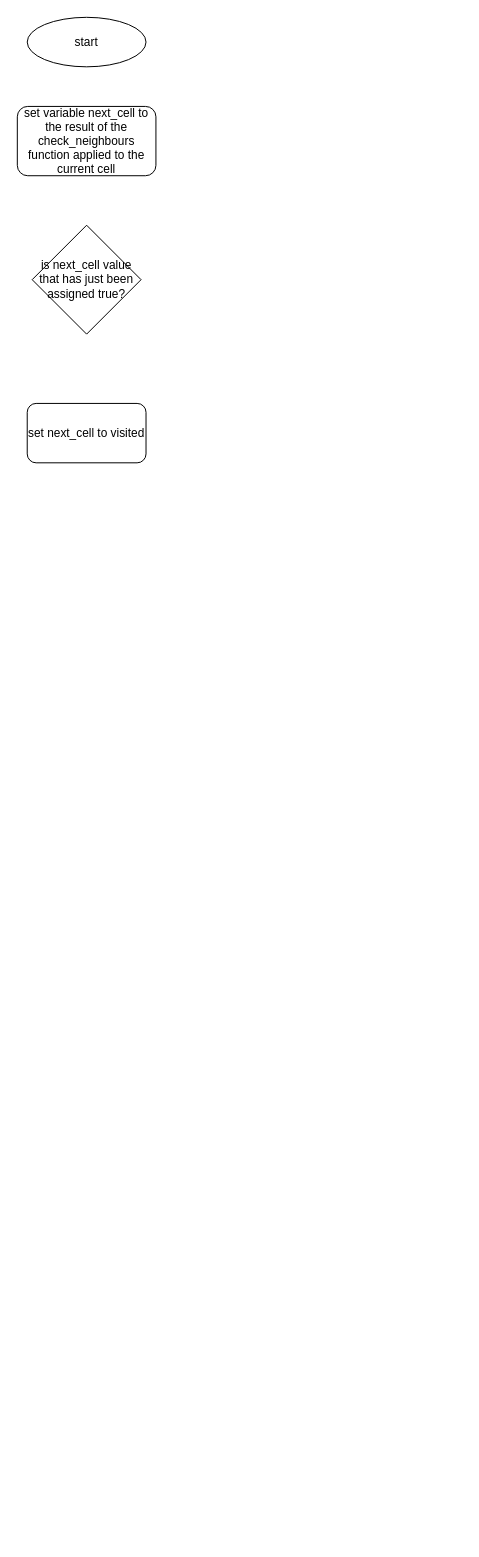
fineagling/first-repo keeps this draw.io diagram as one player/run loop.drawio. Above is the earlier version. Source tidied: cells renumbered, new cells numbered last; positions are measured from the earlier drawing's top-left corner, leaving out a move shared by most shapes. Both pictures are drawn from the tidied source at 99%, with x=0, y=0 at pixel (17, 17).
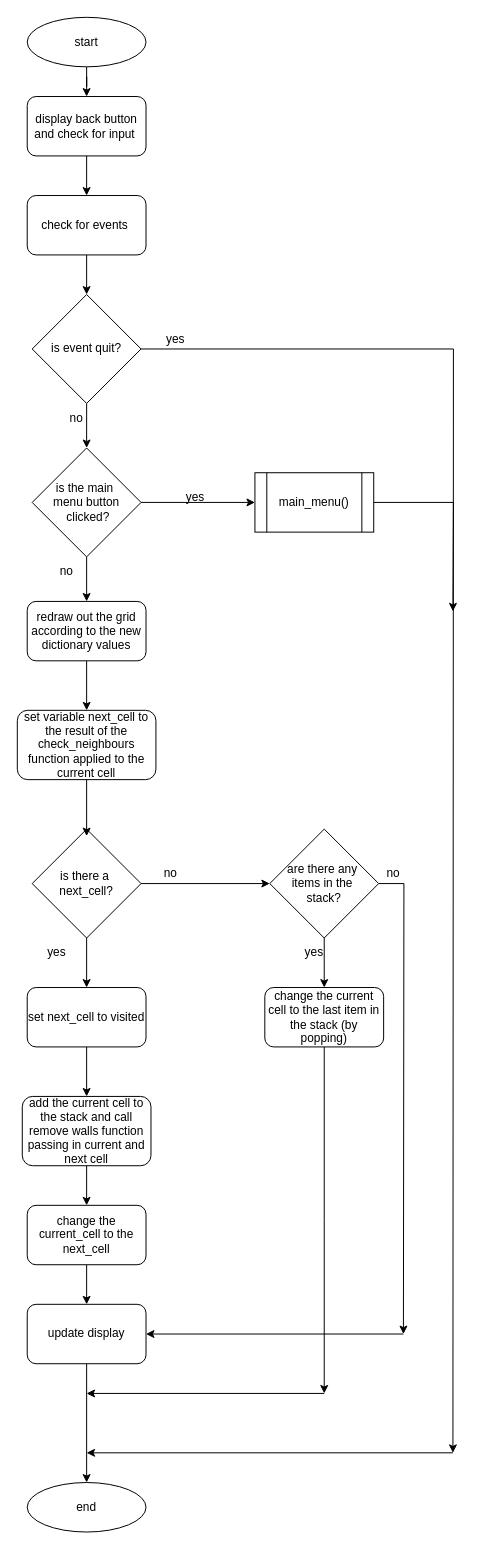
After the change.

Unchanged cells that the change refers to:
```xml
<mxCell id="2" value="start" style="ellipse;whiteSpace=wrap;html=1;" parent="1" vertex="1">
  <mxGeometry x="10" width="120" height="50" as="geometry" />
</mxCell>
```

What changed in the source:
```diff
@@
+    <mxCell id="6" style="edgeStyle=orthogonalEdgeStyle;rounded=0;jettySize=auto;html=1;" parent="1" edge="1" source="2" target="11">
+      <mxGeometry relative="1" as="geometry" />
+    </mxCell>
@@
     <mxCell id="3" value="set variable next_cell to the result of the check_neighbours function applied to the current cell" style="rounded=1;whiteSpace=wrap;html=1;" parent="1" vertex="1">
-      <mxGeometry y="90" width="140" height="70" as="geometry" />
+      <mxGeometry y="700" width="140" height="70" as="geometry" />
     </mxCell>
+    <mxCell id="7" style="edgeStyle=orthogonalEdgeStyle;rounded=0;jettySize=auto;html=1;exitX=0.5;exitY=1;exitDx=0;exitDy=0;entryX=0.5;entryY=0;entryDx=0;entryDy=0;" parent="1" edge="1" source="4" target="5">
+      <mxGeometry relative="1" as="geometry" />
+    </mxCell>
+    <mxCell id="8" style="edgeStyle=orthogonalEdgeStyle;rounded=0;jettySize=auto;html=1;exitX=1;exitY=0.5;exitDx=0;exitDy=0;entryX=0;entryY=0.5;entryDx=0;entryDy=0;" parent="1" edge="1" source="4" target="30">
+      <mxGeometry relative="1" as="geometry" />
+    </mxCell>
-    <mxCell id="4" value="is next_cell value that has just been assigned true?" style="rhombus;whiteSpace=wrap;html=1;" parent="1" vertex="1">
-      <mxGeometry x="15" y="210" width="110" height="110" as="geometry" />
+    <mxCell id="4" value="is there a&amp;nbsp;&lt;div&gt;next_cell?&lt;/div&gt;" style="rhombus;whiteSpace=wrap;html=1;" parent="1" vertex="1">
+      <mxGeometry x="15" y="820" width="110" height="110" as="geometry" />
     </mxCell>
+    <mxCell id="9" style="edgeStyle=orthogonalEdgeStyle;rounded=0;jettySize=auto;html=1;" parent="1" edge="1" source="5" target="25">
+      <mxGeometry relative="1" as="geometry" />
+    </mxCell>
     <mxCell id="5" value="set next_cell to visited" style="rounded=1;whiteSpace=wrap;html=1;" parent="1" vertex="1">
-      <mxGeometry x="10" y="390" width="120" height="60" as="geometry" />
+      <mxGeometry x="10" y="980" width="120" height="60" as="geometry" />
     </mxCell>
+    <mxCell id="10" style="edgeStyle=orthogonalEdgeStyle;rounded=0;jettySize=auto;html=1;exitX=0.5;exitY=1;exitDx=0;exitDy=0;" parent="1" edge="1" source="11" target="13">
+      <mxGeometry relative="1" as="geometry" />
+    </mxCell>
+    <mxCell id="11" value="display back button and check for input&amp;nbsp;" style="rounded=1;whiteSpace=wrap;html=1;" parent="1" vertex="1">
+      <mxGeometry x="10" y="80" width="120" height="60" as="geometry" />
+    </mxCell>
+    <mxCell id="12" style="edgeStyle=orthogonalEdgeStyle;rounded=0;jettySize=auto;html=1;exitX=0.5;exitY=1;exitDx=0;exitDy=0;" parent="1" edge="1" source="13" target="16">
+      <mxGeometry relative="1" as="geometry" />
+    </mxCell>
+    <mxCell id="13" value="check for events&amp;nbsp;" style="rounded=1;whiteSpace=wrap;html=1;" parent="1" vertex="1">
+      <mxGeometry x="10" y="180" width="120" height="60" as="geometry" />
+    </mxCell>
+    <mxCell id="14" style="edgeStyle=orthogonalEdgeStyle;rounded=0;jettySize=auto;html=1;exitX=1;exitY=0.5;exitDx=0;exitDy=0;" parent="1" edge="1" source="16">
+      <mxGeometry relative="1" as="geometry">
+        <mxPoint x="440" y="1450" as="targetPoint" />
+      </mxGeometry>
+    </mxCell>
+    <mxCell id="15" style="edgeStyle=orthogonalEdgeStyle;rounded=0;jettySize=auto;html=1;exitX=0.5;exitY=1;exitDx=0;exitDy=0;" parent="1" edge="1" source="16" target="21">
+      <mxGeometry relative="1" as="geometry" />
+    </mxCell>
+    <mxCell id="16" value="is event quit?" style="rhombus;whiteSpace=wrap;html=1;" parent="1" vertex="1">
+      <mxGeometry x="15" y="280" width="110" height="110" as="geometry" />
+    </mxCell>
+    <mxCell id="17" value="end" style="ellipse;whiteSpace=wrap;html=1;" parent="1" vertex="1">
+      <mxGeometry x="10" y="1480" width="120" height="50" as="geometry" />
+    </mxCell>
+    <mxCell id="18" style="edgeStyle=orthogonalEdgeStyle;rounded=0;orthogonalLoop=1;jettySize=auto;html=1;exitX=0.5;exitY=1;exitDx=0;exitDy=0;" parent="1" edge="1" source="17" target="17">
+      <mxGeometry relative="1" as="geometry" />
+    </mxCell>
+    <mxCell id="19" style="edgeStyle=orthogonalEdgeStyle;rounded=0;jettySize=auto;html=1;entryX=0;entryY=0.5;entryDx=0;entryDy=0;" parent="1" edge="1" source="21" target="39">
+      <mxGeometry relative="1" as="geometry" />
+    </mxCell>
+    <mxCell id="20" style="edgeStyle=orthogonalEdgeStyle;rounded=0;jettySize=auto;html=1;exitX=0.5;exitY=1;exitDx=0;exitDy=0;" parent="1" edge="1" source="21" target="23">
+      <mxGeometry relative="1" as="geometry" />
+    </mxCell>
+    <mxCell id="21" value="is the main&amp;nbsp;&lt;div&gt;menu button&lt;/div&gt;&lt;div&gt;&amp;nbsp;clicked?&lt;/div&gt;" style="rhombus;whiteSpace=wrap;html=1;" parent="1" vertex="1">
+      <mxGeometry x="15" y="435" width="110" height="110" as="geometry" />
+    </mxCell>
+    <mxCell id="22" style="edgeStyle=orthogonalEdgeStyle;rounded=0;jettySize=auto;html=1;exitX=0.5;exitY=1;exitDx=0;exitDy=0;entryX=0.5;entryY=0;entryDx=0;entryDy=0;" parent="1" edge="1" source="23" target="3">
+      <mxGeometry relative="1" as="geometry" />
+    </mxCell>
+    <mxCell id="23" value="redraw out the grid according to the new dictionary values" style="rounded=1;whiteSpace=wrap;html=1;" parent="1" vertex="1">
+      <mxGeometry x="10" y="590" width="120" height="60" as="geometry" />
+    </mxCell>
+    <mxCell id="24" style="edgeStyle=orthogonalEdgeStyle;rounded=0;jettySize=auto;html=1;" parent="1" edge="1" source="25" target="27">
+      <mxGeometry relative="1" as="geometry" />
+    </mxCell>
+    <mxCell id="25" value="add the current cell to the stack and call remove walls function passing in current and next cell" style="rounded=1;whiteSpace=wrap;html=1;" parent="1" vertex="1">
+      <mxGeometry x="5" y="1090" width="130" height="70" as="geometry" />
+    </mxCell>
+    <mxCell id="26" style="edgeStyle=orthogonalEdgeStyle;rounded=0;jettySize=auto;html=1;" parent="1" edge="1" source="27" target="35">
+      <mxGeometry relative="1" as="geometry" />
+    </mxCell>
+    <mxCell id="27" value="change the current_cell to the next_cell" style="rounded=1;whiteSpace=wrap;html=1;" parent="1" vertex="1">
+      <mxGeometry x="10" y="1200" width="120" height="60" as="geometry" />
+    </mxCell>
+    <mxCell id="28" style="edgeStyle=orthogonalEdgeStyle;rounded=0;jettySize=auto;html=1;exitX=0.5;exitY=1;exitDx=0;exitDy=0;" parent="1" edge="1" source="30" target="33">
+      <mxGeometry relative="1" as="geometry" />
+    </mxCell>
+    <mxCell id="29" style="edgeStyle=orthogonalEdgeStyle;rounded=0;jettySize=auto;html=1;exitX=1;exitY=0.5;exitDx=0;exitDy=0;" parent="1" edge="1" source="30">
+      <mxGeometry relative="1" as="geometry">
+        <mxPoint x="390" y="1330" as="targetPoint" />
+      </mxGeometry>
+    </mxCell>
+    <mxCell id="30" value="are there any&amp;nbsp;&lt;div&gt;items in the&amp;nbsp;&lt;/div&gt;&lt;div&gt;stack?&lt;/div&gt;" style="rhombus;whiteSpace=wrap;html=1;" parent="1" vertex="1">
+      <mxGeometry x="255" y="820" width="110" height="110" as="geometry" />
+    </mxCell>
+    <mxCell id="31" value="yes" style="text;html=1;align=center;verticalAlign=middle;whiteSpace=wrap;rounded=0;" parent="1" vertex="1">
+      <mxGeometry x="10" y="930" width="60" height="30" as="geometry" />
+    </mxCell>
+    <mxCell id="32" style="edgeStyle=orthogonalEdgeStyle;rounded=0;jettySize=auto;html=1;exitX=0.5;exitY=1;exitDx=0;exitDy=0;" parent="1" edge="1" source="33">
+      <mxGeometry relative="1" as="geometry">
+        <mxPoint x="310" y="1390" as="targetPoint" />
+      </mxGeometry>
+    </mxCell>
+    <mxCell id="33" value="change the current cell to the last item in the stack (by popping)" style="rounded=1;whiteSpace=wrap;html=1;" parent="1" vertex="1">
+      <mxGeometry x="250" y="980" width="120" height="60" as="geometry" />
+    </mxCell>
+    <mxCell id="34" style="edgeStyle=orthogonalEdgeStyle;rounded=0;jettySize=auto;html=1;" parent="1" edge="1" source="35" target="17">
+      <mxGeometry relative="1" as="geometry" />
+    </mxCell>
+    <mxCell id="35" value="update display" style="rounded=1;whiteSpace=wrap;html=1;" parent="1" vertex="1">
+      <mxGeometry x="10" y="1300" width="120" height="60" as="geometry" />
+    </mxCell>
+    <mxCell id="36" style="endArrow=classic;html=1;rounded=0;" parent="1" edge="1">
+      <mxGeometry relative="1" as="geometry">
+        <mxPoint x="440" y="1450" as="sourcePoint" />
+        <mxPoint x="70" y="1450" as="targetPoint" />
+      </mxGeometry>
+    </mxCell>
+    <mxCell id="37" style="endArrow=classic;html=1;rounded=0;" parent="1" edge="1">
+      <mxGeometry relative="1" as="geometry">
+        <mxPoint x="310" y="1390" as="sourcePoint" />
+        <mxPoint x="70" y="1390" as="targetPoint" />
+      </mxGeometry>
+    </mxCell>
+    <mxCell id="38" style="edgeStyle=orthogonalEdgeStyle;rounded=0;jettySize=auto;html=1;exitX=1;exitY=0.5;exitDx=0;exitDy=0;" parent="1" edge="1" source="39">
+      <mxGeometry relative="1" as="geometry">
+        <mxPoint x="440" y="600" as="targetPoint" />
+      </mxGeometry>
+    </mxCell>
+    <mxCell id="39" value="main_menu()" style="shape=process;whiteSpace=wrap;html=1;backgroundOutline=1;" parent="1" vertex="1">
+      <mxGeometry x="240" y="460" width="120" height="60" as="geometry" />
+    </mxCell>
+    <mxCell id="40" value="yes" style="text;html=1;align=center;verticalAlign=middle;whiteSpace=wrap;rounded=0;" parent="1" vertex="1">
+      <mxGeometry x="150" y="470" width="60" height="30" as="geometry" />
+    </mxCell>
+    <mxCell id="41" value="yes" style="text;html=1;align=center;verticalAlign=middle;whiteSpace=wrap;rounded=0;" parent="1" vertex="1">
+      <mxGeometry x="130" y="310" width="60" height="30" as="geometry" />
+    </mxCell>
+    <mxCell id="42" value="no" style="text;html=1;align=center;verticalAlign=middle;whiteSpace=wrap;rounded=0;" parent="1" vertex="1">
+      <mxGeometry x="30" y="390" width="60" height="30" as="geometry" />
+    </mxCell>
+    <mxCell id="43" value="no" style="text;html=1;align=center;verticalAlign=middle;whiteSpace=wrap;rounded=0;" parent="1" vertex="1">
+      <mxGeometry x="20" y="545" width="60" height="30" as="geometry" />
+    </mxCell>
+    <mxCell id="44" style="edgeStyle=orthogonalEdgeStyle;rounded=0;jettySize=auto;html=1;exitX=0.5;exitY=1;exitDx=0;exitDy=0;entryX=0.5;entryY=0.064;entryDx=0;entryDy=0;entryPerimeter=0;" parent="1" edge="1" source="3" target="4">
+      <mxGeometry relative="1" as="geometry" />
+    </mxCell>
+    <mxCell id="45" value="no" style="text;html=1;align=center;verticalAlign=middle;whiteSpace=wrap;rounded=0;" parent="1" vertex="1">
+      <mxGeometry x="125" y="850" width="60" height="30" as="geometry" />
+    </mxCell>
+    <mxCell id="46" style="endArrow=classic;html=1;rounded=0;entryX=1;entryY=0.5;entryDx=0;entryDy=0;" parent="1" edge="1" target="35">
+      <mxGeometry relative="1" as="geometry">
+        <mxPoint x="390" y="1330" as="sourcePoint" />
+      </mxGeometry>
+    </mxCell>
+    <mxCell id="47" value="yes" style="text;html=1;align=center;verticalAlign=middle;whiteSpace=wrap;rounded=0;" parent="1" vertex="1">
+      <mxGeometry x="270" y="930" width="60" height="30" as="geometry" />
+    </mxCell>
+    <mxCell id="48" value="no" style="text;html=1;align=center;verticalAlign=middle;whiteSpace=wrap;rounded=0;" parent="1" vertex="1">
+      <mxGeometry x="350" y="850" width="60" height="30" as="geometry" />
+    </mxCell>
```
